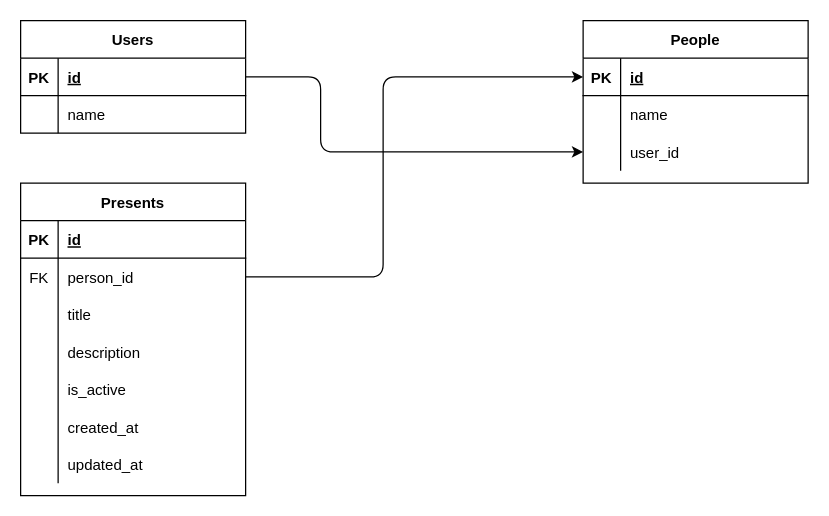
This is db.drawio from mgolebiowski/wish-keeper, a draw.io file, before an edit. Source tidied: cells renumbered, new cells numbered last; positions are measured from the earlier drawing's top-left corner, leaving out a move shared by most shapes. Both pictures are drawn from the tidied source at 125%, with x=0, y=0 at pixel (20, 20).
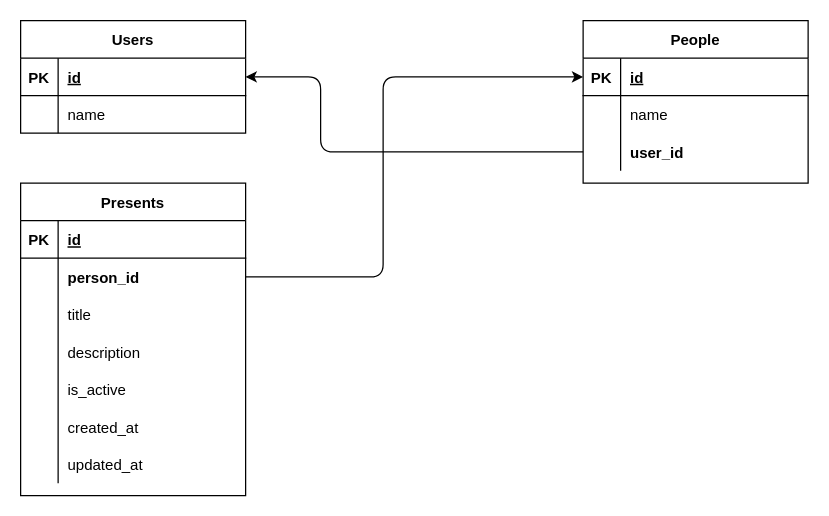
The same diagram, later.

The change refers to these unchanged cells:
```xml
<mxCell id="3" style="shape=partialRectangle;fillColor=none;top=0;left=0;bottom=1;right=0;points=[[0,0.5],[1,0.5]];portConstraint=eastwest;" parent="2" vertex="1">
  <mxGeometry y="30" width="180" height="30" as="geometry" />
</mxCell>
<mxCell id="16" style="shape=partialRectangle;fillColor=none;top=0;left=0;bottom=0;right=0;points=[[0,0.5],[1,0.5]];portConstraint=eastwest;" parent="9" vertex="1">
  <mxGeometry y="90" width="180" height="30" as="geometry" />
</mxCell>
<mxCell id="24" style="shape=partialRectangle;fillColor=none;top=0;left=0;bottom=0;right=0;points=[[0,0.5],[1,0.5]];portConstraint=eastwest;" parent="20" vertex="1">
  <mxGeometry y="60" width="180" height="30" as="geometry" />
</mxCell>
```

Diff of the diagram source:
```diff
@@
-    <mxCell id="18" value="user_id" style="shape=partialRectangle;fillColor=none;top=0;left=0;bottom=0;right=0;align=left;spacingLeft=6;overflow=hidden;" parent="16" vertex="1">
+    <mxCell id="18" value="user_id" style="shape=partialRectangle;fillColor=none;top=0;left=0;bottom=0;right=0;align=left;spacingLeft=6;overflow=hidden;fontStyle=1;" parent="16" vertex="1">
       <mxGeometry x="30" width="150" height="30" as="geometry" />
     </mxCell>
@@
-    <mxCell id="25" value="FK" style="shape=partialRectangle;fillColor=none;top=0;left=0;bottom=0;right=0;overflow=hidden;" parent="24" vertex="1">
+    <mxCell id="25" style="shape=partialRectangle;fillColor=none;top=0;left=0;bottom=0;right=0;overflow=hidden;" parent="24" vertex="1">
       <mxGeometry width="30" height="30" as="geometry" />
     </mxCell>
-    <mxCell id="26" value="person_id" style="shape=partialRectangle;fillColor=none;top=0;left=0;bottom=0;right=0;align=left;spacingLeft=6;overflow=hidden;" parent="24" vertex="1">
+    <mxCell id="26" value="person_id" style="shape=partialRectangle;fillColor=none;top=0;left=0;bottom=0;right=0;align=left;spacingLeft=6;overflow=hidden;fontStyle=1;" parent="24" vertex="1">
       <mxGeometry x="30" width="150" height="30" as="geometry" />
     </mxCell>
@@
-    <mxCell id="42" style="edgeStyle=none;html=1;entryX=0;entryY=0.5;entryDx=0;entryDy=0;" parent="1" edge="1" source="3" target="16">
+    <mxCell id="42" style="edgeStyle=none;html=1;exitX=0;exitY=0.5;exitDx=0;exitDy=0;" parent="1" edge="1" source="16" target="3">
       <mxGeometry relative="1" as="geometry">
         <Array as="points">
+          <mxPoint x="240" y="105" />
           <mxPoint x="240" y="45" />
-          <mxPoint x="240" y="105" />
         </Array>
       </mxGeometry>
     </mxCell>
```
